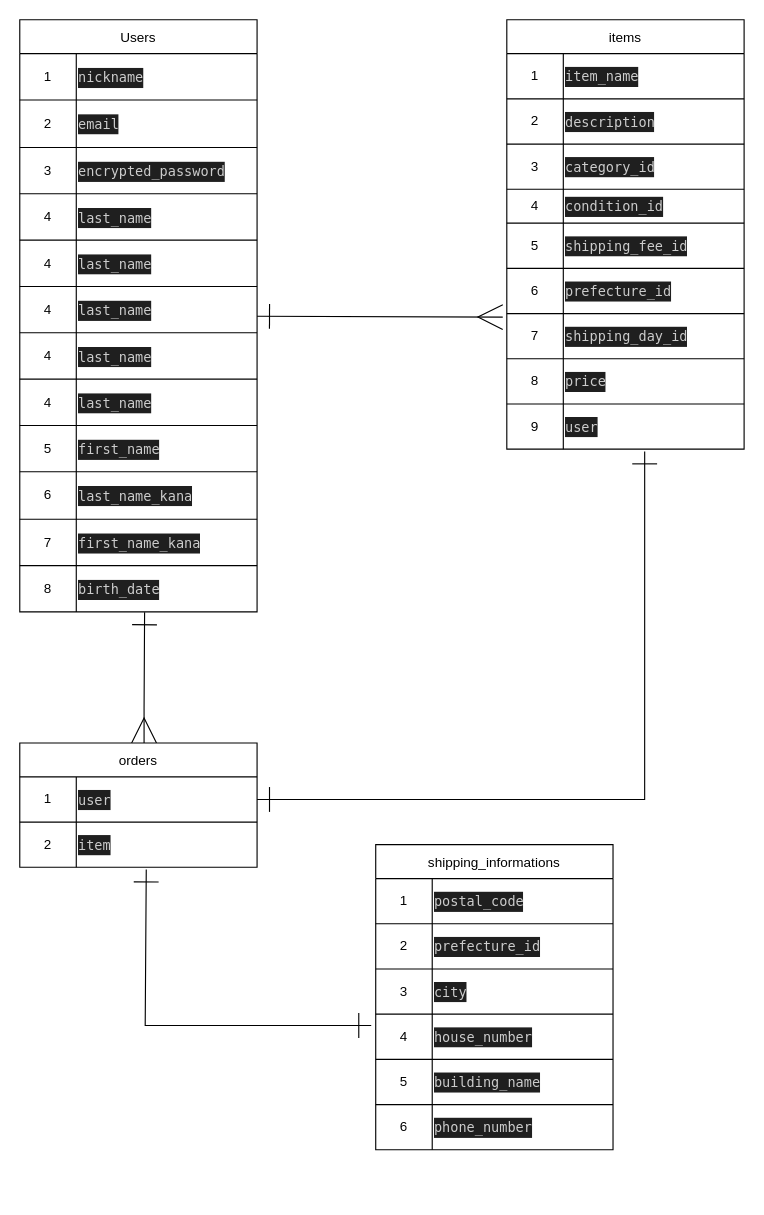
The draw.io diagram ER.dio in Hiroshift/furima-41448, before the edit. Source tidied: cells renumbered, new cells numbered last; positions are measured from the earlier drawing's top-left corner, leaving out a move shared by most shapes. Both pictures are drawn from the tidied source at 113%, with x=0, y=0 at pixel (19, 19).
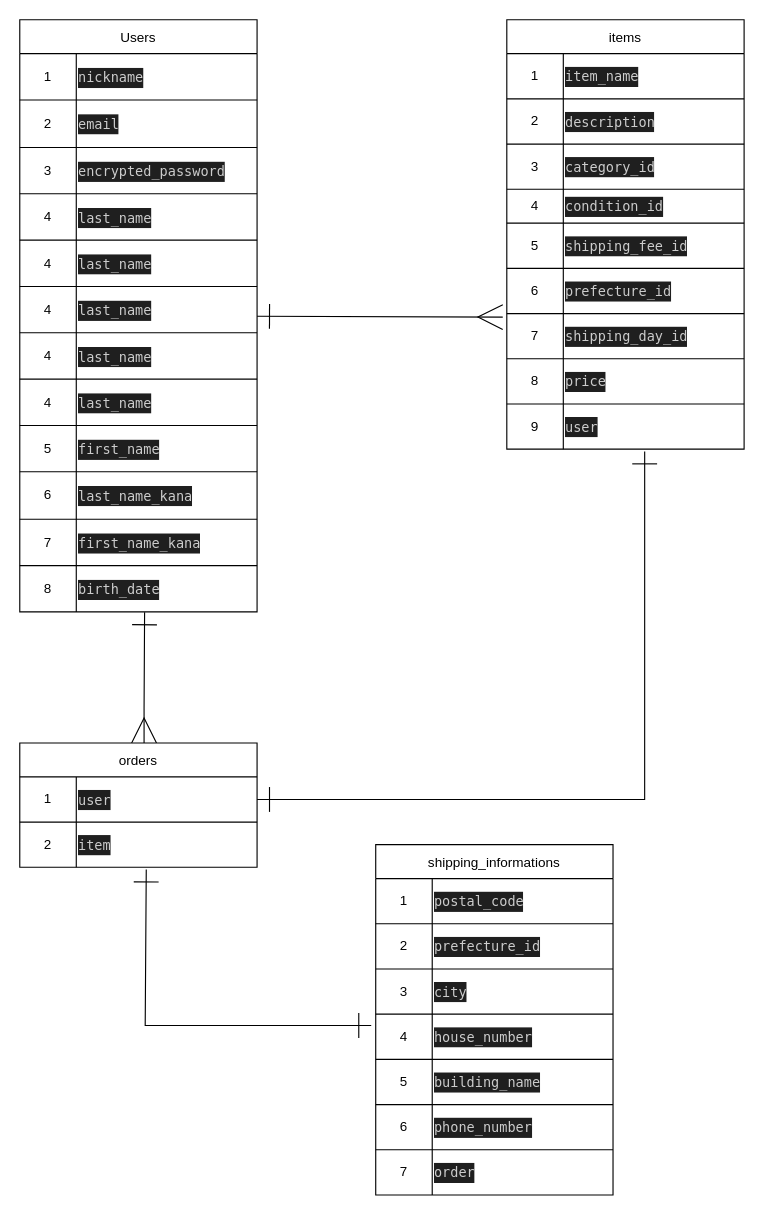
Above is the later version.

Commit message:
ER図の追加修正

Diff of the diagram source:
```diff
@@
     <mxCell id="78" value="shipping_informations" style="shape=table;startSize=30;childLayout=tableLayout;" parent="1" vertex="1">
-      <mxGeometry x="315" y="730" width="210" height="270" as="geometry" />
+      <mxGeometry x="315" y="730" width="210" height="310" as="geometry" />
     </mxCell>
@@
+    <mxCell id="97" style="shape=tableRow;horizontal=0;startSize=0;swimlaneHead=0;swimlaneBody=0;top=0;left=0;bottom=0;right=0;fillColor=none;" parent="78" vertex="1">
+      <mxGeometry y="270" width="210" height="40" as="geometry" />
+    </mxCell>
+    <mxCell id="98" style="shape=partialRectangle;html=1;whiteSpace=wrap;overflow=hidden;fillColor=none;top=0;left=0;bottom=0;right=0;" parent="97" vertex="1">
+      <mxGeometry width="50" height="40" as="geometry" />
+    </mxCell>
+    <mxCell id="99" style="shape=partialRectangle;html=1;whiteSpace=wrap;overflow=hidden;fillColor=none;top=0;left=0;bottom=0;right=0;align=left;" parent="97" vertex="1">
+      <mxGeometry x="50" width="160" height="40" as="geometry" />
+    </mxCell>
+    <mxCell id="100" value="7" style="shape=partialRectangle;html=1;whiteSpace=wrap;overflow=hidden;fillColor=none;top=0;left=0;bottom=0;right=0;strokeColor=default;" parent="1" vertex="1">
+      <mxGeometry x="315" y="1000" width="50" height="40" as="geometry" />
+    </mxCell>
+    <mxCell id="101" value="&lt;div style=&quot;color: rgb(204, 204, 204); background-color: rgb(31, 31, 31); font-family: Menlo, Monaco, &amp;quot;Courier New&amp;quot;, monospace; line-height: 18px;&quot;&gt;&lt;div style=&quot;line-height: 18px;&quot;&gt;order  &lt;/div&gt;&lt;/div&gt;" style="shape=partialRectangle;html=1;whiteSpace=wrap;overflow=hidden;fillColor=none;top=0;left=0;bottom=0;right=0;align=left;" parent="1" vertex="1">
+      <mxGeometry x="365" y="1000" width="160" height="40" as="geometry" />
+    </mxCell>
```
